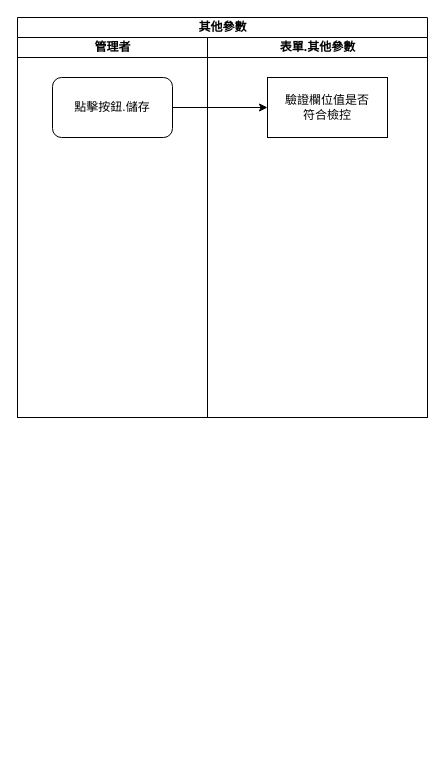
Before: 8.10.0/UPDATE/ITEM_2/RTE/diagram/其他參數.drawio in ArcareRD/sadocs, a draw.io diagram. Source tidied: cells renumbered, new cells numbered last; positions are measured from the earlier drawing's top-left corner, leaving out a move shared by most shapes. Both pictures are drawn from the tidied source at 100%, with x=0, y=0 at pixel (17, 17).
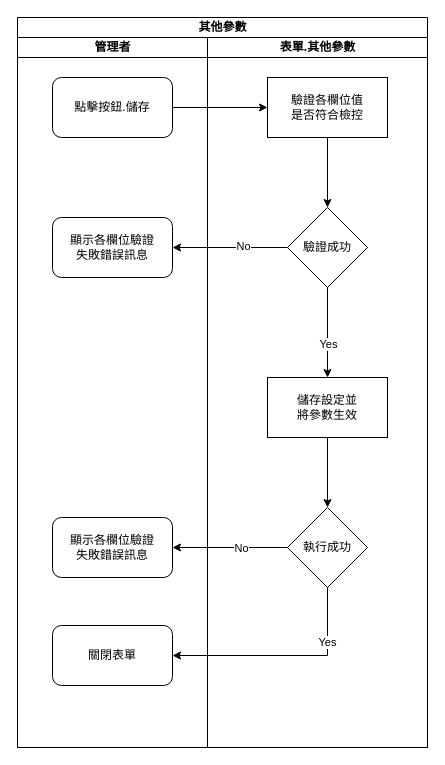
The same page after the edit.

Commit message:
推播通知.其他參數.drawio

The edit, as a diff of the source:
```diff
@@
     <mxCell id="2" value="其他參數" style="swimlane;html=1;startSize=20;" parent="1" vertex="1">
-      <mxGeometry width="410" height="400" as="geometry" />
+      <mxGeometry width="410" height="730" as="geometry" />
     </mxCell>
     <mxCell id="3" value="管理者" style="swimlane;html=1;startSize=20;" parent="2" vertex="1">
-      <mxGeometry y="20" width="190" height="380" as="geometry" />
+      <mxGeometry y="20" width="190" height="710" as="geometry" />
     </mxCell>
+    <mxCell id="8" value="關閉表單" style="rounded=1;whiteSpace=wrap;html=1;" parent="3" vertex="1">
+      <mxGeometry x="35" y="588" width="120" height="60" as="geometry" />
+    </mxCell>
@@
+    <mxCell id="9" value="顯示各欄位驗證&lt;br&gt;失敗錯誤訊息" style="rounded=1;whiteSpace=wrap;html=1;" parent="3" vertex="1">
+      <mxGeometry x="35" y="180" width="120" height="60" as="geometry" />
+    </mxCell>
+    <mxCell id="10" value="顯示各欄位驗證&lt;br&gt;失敗錯誤訊息" style="rounded=1;whiteSpace=wrap;html=1;" parent="3" vertex="1">
+      <mxGeometry x="35" y="480" width="120" height="60" as="geometry" />
+    </mxCell>
     <mxCell id="5" value="表單.其他參數" style="swimlane;html=1;startSize=20;" parent="2" vertex="1">
-      <mxGeometry x="190" y="20" width="220" height="380" as="geometry" />
+      <mxGeometry x="190" y="20" width="220" height="710" as="geometry" />
     </mxCell>
-    <mxCell id="6" value="驗證欄位值是否&lt;br&gt;符合檢控" style="rounded=0;whiteSpace=wrap;html=1;" parent="5" vertex="1">
+    <mxCell id="6" value="驗證各欄位值&lt;br&gt;是否符合檢控" style="rounded=0;whiteSpace=wrap;html=1;" parent="5" vertex="1">
       <mxGeometry x="60" y="40" width="120" height="60" as="geometry" />
     </mxCell>
@@
+    <mxCell id="11" style="edgeStyle=orthogonalEdgeStyle;rounded=0;jettySize=auto;html=1;entryX=1;entryY=0.5;entryDx=0;entryDy=0;" parent="1" edge="1" source="15" target="9">
+      <mxGeometry relative="1" as="geometry" />
+    </mxCell>
+    <mxCell id="12" value="No" style="edgeLabel;html=1;align=center;verticalAlign=middle;" parent="11" vertex="1">
+      <mxGeometry x="-0.22" y="-2" relative="1" as="geometry" />
+    </mxCell>
+    <mxCell id="13" style="edgeStyle=orthogonalEdgeStyle;rounded=0;jettySize=auto;html=1;" parent="1" edge="1" source="15" target="18">
+      <mxGeometry relative="1" as="geometry" />
+    </mxCell>
+    <mxCell id="14" value="Yes" style="edgeLabel;html=1;align=center;verticalAlign=middle;" parent="13" vertex="1">
+      <mxGeometry x="0.24" relative="1" as="geometry" />
+    </mxCell>
+    <mxCell id="15" value="驗證成功" style="rhombus;whiteSpace=wrap;html=1;rounded=0;" parent="1" vertex="1">
+      <mxGeometry x="270" y="190" width="80" height="80" as="geometry" />
+    </mxCell>
+    <mxCell id="16" style="edgeStyle=orthogonalEdgeStyle;rounded=0;jettySize=auto;html=1;" parent="1" edge="1" source="6" target="15">
+      <mxGeometry relative="1" as="geometry" />
+    </mxCell>
+    <mxCell id="17" style="edgeStyle=orthogonalEdgeStyle;rounded=0;jettySize=auto;html=1;" parent="1" edge="1" source="18" target="23">
+      <mxGeometry relative="1" as="geometry" />
+    </mxCell>
+    <mxCell id="18" value="儲存設定並&lt;br&gt;將參數生效" style="whiteSpace=wrap;html=1;rounded=0;" parent="1" vertex="1">
+      <mxGeometry x="250" y="360" width="120" height="60" as="geometry" />
+    </mxCell>
+    <mxCell id="19" style="edgeStyle=orthogonalEdgeStyle;rounded=0;jettySize=auto;html=1;" parent="1" edge="1" source="23" target="10">
+      <mxGeometry relative="1" as="geometry" />
+    </mxCell>
+    <mxCell id="20" value="No" style="edgeLabel;html=1;align=center;verticalAlign=middle;" parent="19" vertex="1">
+      <mxGeometry x="-0.18" relative="1" as="geometry" />
+    </mxCell>
+    <mxCell id="21" style="edgeStyle=orthogonalEdgeStyle;rounded=0;jettySize=auto;html=1;entryX=1;entryY=0.5;entryDx=0;entryDy=0;exitX=0.5;exitY=1;exitDx=0;exitDy=0;" parent="1" edge="1" source="23" target="8">
+      <mxGeometry relative="1" as="geometry">
+        <Array as="points">
+          <mxPoint x="310" y="638" />
+        </Array>
+      </mxGeometry>
+    </mxCell>
+    <mxCell id="22" value="Yes" style="edgeLabel;html=1;align=center;verticalAlign=middle;" parent="21" vertex="1">
+      <mxGeometry x="-0.52" y="-1" relative="1" as="geometry" />
+    </mxCell>
+    <mxCell id="23" value="執行成功" style="rhombus;whiteSpace=wrap;html=1;rounded=0;" parent="1" vertex="1">
+      <mxGeometry x="270" y="490" width="80" height="80" as="geometry" />
+    </mxCell>
```
